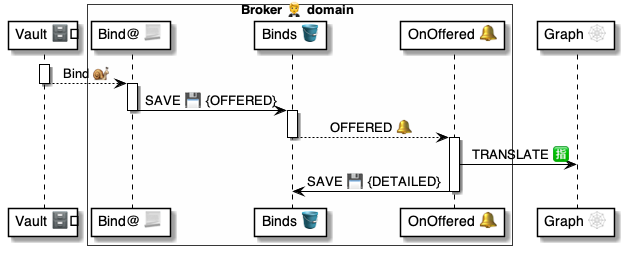
pollyweb-org/pollyweb-docs keeps this PlantUML diagram as 4 ⚙️ Solution/20 🧑‍🦰 UI/Brokers 🤵/🤵🪣 Broker tables/Binds 🔗 table/🪣🔔 1 Offered/🤵 OnBindOffered ⚙️ uml.png. Above is the earlier version. Its source is kept beside it as 4 ⚙️ Solution/20 🧑‍🦰 UI/Brokers 🤵/🤵🪣 Broker tables/Binds 🔗 table/🪣🔔 1 Offered/🤵 OnBindOffered ⚙️ uml.puml.
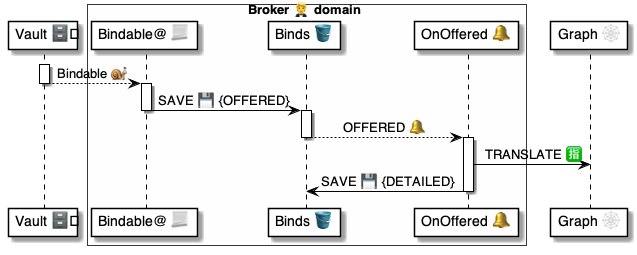
The same file after the commit.

Diff of the diagram source:
```diff
@@ -3,7 +3,7 @@
 participant "Vault 🗄️" as vault
 
 box Broker 🤵 domain #FFFFFA
-    participant "Bind@ 📃" as script
+    participant "Bindable@ 📃" as script
     participant "Binds 🪣" as binds
     participant "OnOffered 🔔" as handler
 end box
@@ -12,7 +12,7 @@
 
 
 activate vault
-    vault --> script: Bind 🐌
+    vault --> script: Bindable 🐌
 deactivate vault
 
 activate script
```
